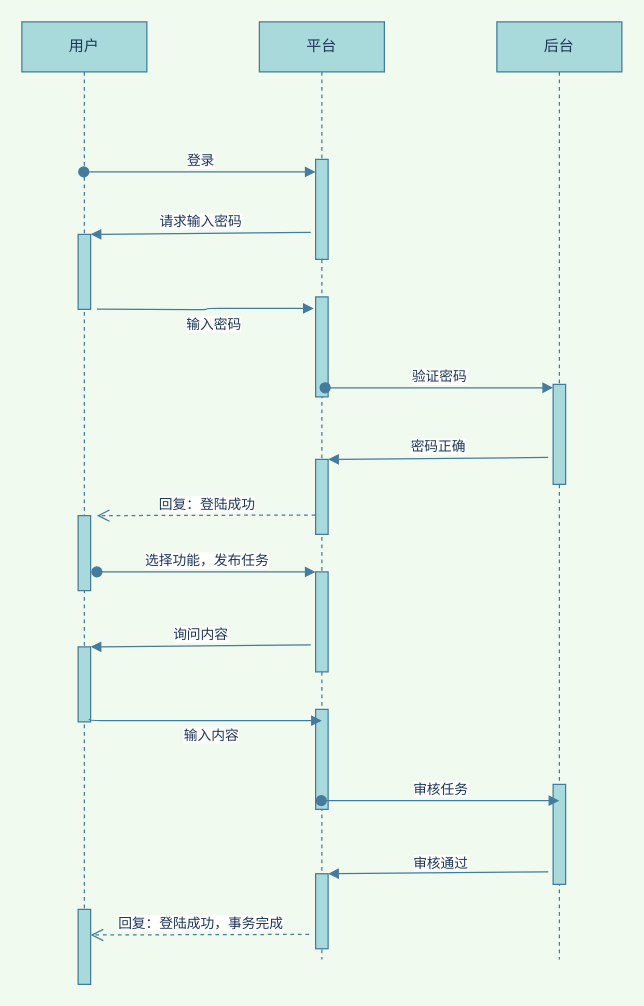
Before: 2.drawio in zCesareBorgia/-, a draw.io diagram. Source tidied: cells renumbered, new cells numbered last; positions are measured from the earlier drawing's top-left corner, leaving out a move shared by most shapes. Both pictures are drawn from the tidied source at 125%, with x=0, y=0 at pixel (21, 21).
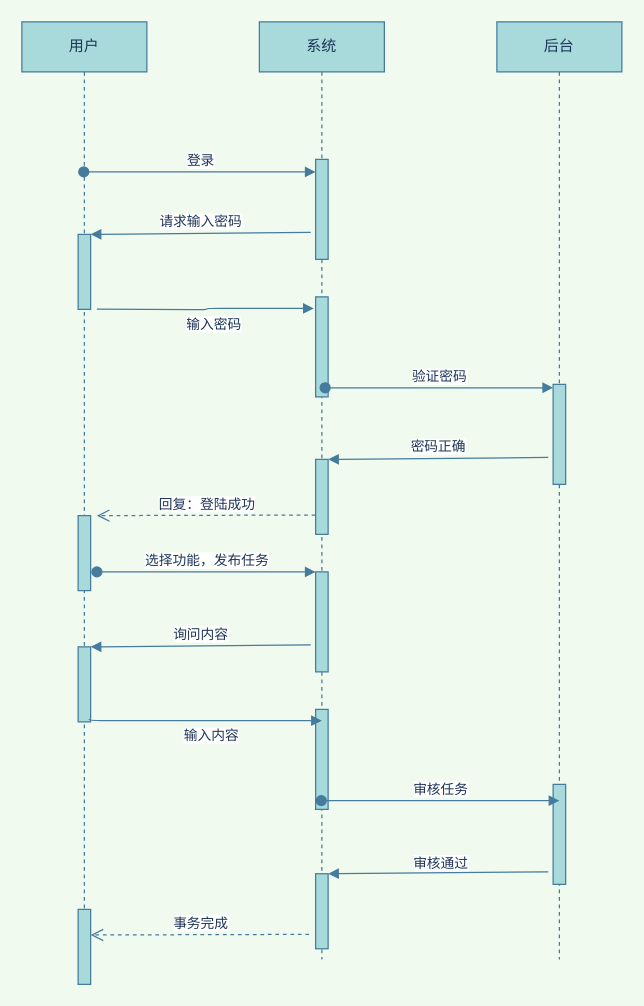
Above is the later version.

Unchanged cells that the change refers to:
```xml
<mxCell id="2" value="用户" style="shape=umlLifeline;perimeter=lifelinePerimeter;whiteSpace=wrap;html=1;outlineConnect=0;rounded=0;sketch=0;fontColor=#1D3557;strokeColor=#457B9D;fillColor=#A8DADC;" parent="1" vertex="1">
  <mxGeometry width="100" height="770" as="geometry" />
</mxCell>
```

What changed in the source:
```diff
@@
-    <mxCell id="6" value="回复：登陆成功，事务完成" style="html=1;verticalAlign=bottom;endArrow=open;dashed=1;endSize=8;rounded=1;sketch=0;fontColor=#1D3557;strokeColor=#457B9D;fillColor=#A8DADC;curved=0;exitX=-0.02;exitY=0.742;exitDx=0;exitDy=0;exitPerimeter=0;" parent="2" edge="1">
+    <mxCell id="6" value="事务完成" style="html=1;verticalAlign=bottom;endArrow=open;dashed=1;endSize=8;rounded=1;sketch=0;fontColor=#1D3557;strokeColor=#457B9D;fillColor=#A8DADC;curved=0;exitX=-0.02;exitY=0.742;exitDx=0;exitDy=0;exitPerimeter=0;" parent="2" edge="1">
       <mxGeometry relative="1" as="geometry">
         <mxPoint x="229.8" y="730" as="sourcePoint" />
         <mxPoint x="55" y="730.5" as="targetPoint" />
       </mxGeometry>
     </mxCell>
@@
-    <mxCell id="8" value="平台" style="shape=umlLifeline;perimeter=lifelinePerimeter;whiteSpace=wrap;html=1;outlineConnect=0;rounded=0;sketch=0;fontColor=#1D3557;strokeColor=#457B9D;fillColor=#A8DADC;" parent="1" vertex="1">
+    <mxCell id="8" value="系统" style="shape=umlLifeline;perimeter=lifelinePerimeter;whiteSpace=wrap;html=1;outlineConnect=0;rounded=0;sketch=0;fontColor=#1D3557;strokeColor=#457B9D;fillColor=#A8DADC;" parent="1" vertex="1">
       <mxGeometry x="190" width="100" height="750" as="geometry" />
     </mxCell>
```
